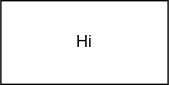
Above: ATTC-concepts.drawio.svg in beamuu/senior-project-concepts (draw.io), before the change. Source tidied: cells renumbered, new cells last; positions are measured from the earlier drawing's top-left corner, leaving out a move shared by most shapes. The source it was exported from:
```xml
<mxGraphModel>
  <root>
    <mxCell id="0" />
    <mxCell id="1" parent="0" />
    <mxCell id="2" value="Hi" style="rounded=0;whiteSpace=wrap;html=1;" parent="1" vertex="1">
      <mxGeometry width="120" height="60" as="geometry" />
    </mxCell>
  </root>
</mxGraphModel>
```
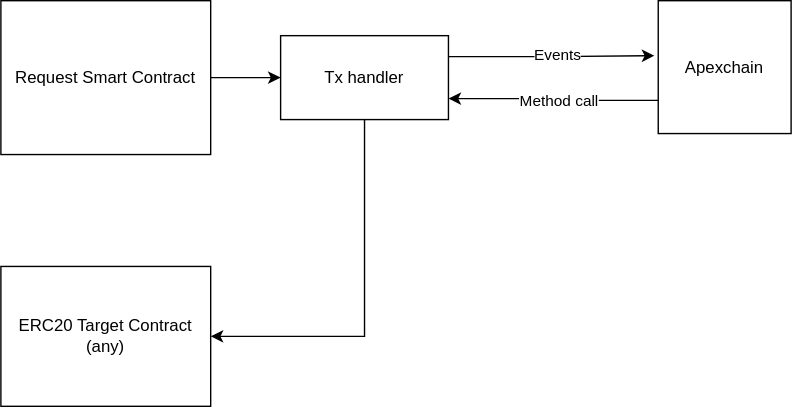
The same diagram one commit later.

What changed in the source:
```diff
@@ -2,8 +2,35 @@
   <root>
     <mxCell id="0" />
     <mxCell id="1" parent="0" />
+    <mxCell id="3" style="edgeStyle=orthogonalEdgeStyle;rounded=0;jettySize=auto;html=1;exitX=1;exitY=0.5;exitDx=0;exitDy=0;entryX=0;entryY=0.5;entryDx=0;entryDy=0;" parent="1" edge="1" source="2" target="7">
+      <mxGeometry relative="1" as="geometry" />
+    </mxCell>
-    <mxCell id="2" value="Hi" style="rounded=0;whiteSpace=wrap;html=1;" parent="1" vertex="1">
-      <mxGeometry width="120" height="60" as="geometry" />
+    <mxCell id="2" value="Request Smart Contract" style="rounded=0;whiteSpace=wrap;html=1;" parent="1" vertex="1">
+      <mxGeometry width="150" height="110" as="geometry" />
     </mxCell>
+    <mxCell id="4" style="edgeStyle=orthogonalEdgeStyle;rounded=0;jettySize=auto;html=1;exitX=0.5;exitY=1;exitDx=0;exitDy=0;entryX=1;entryY=0.5;entryDx=0;entryDy=0;" parent="1" edge="1" source="7" target="8">
+      <mxGeometry relative="1" as="geometry" />
+    </mxCell>
+    <mxCell id="5" style="edgeStyle=orthogonalEdgeStyle;rounded=0;jettySize=auto;html=1;exitX=1;exitY=0.25;exitDx=0;exitDy=0;entryX=-0.029;entryY=0.414;entryDx=0;entryDy=0;entryPerimeter=0;" parent="1" edge="1" source="7" target="11">
+      <mxGeometry relative="1" as="geometry" />
+    </mxCell>
+    <mxCell id="6" value="Events" style="edgeLabel;html=1;align=center;verticalAlign=middle;" parent="5" vertex="1">
+      <mxGeometry x="0.06" y="1" relative="1" as="geometry" />
+    </mxCell>
+    <mxCell id="7" value="Tx handler" style="rounded=0;whiteSpace=wrap;html=1;" parent="1" vertex="1">
+      <mxGeometry x="200" y="25" width="120" height="60" as="geometry" />
+    </mxCell>
+    <mxCell id="8" value="ERC20 Target Contract&lt;br&gt;(any)" style="rounded=0;whiteSpace=wrap;html=1;" parent="1" vertex="1">
+      <mxGeometry y="190" width="150" height="100" as="geometry" />
+    </mxCell>
+    <mxCell id="9" style="edgeStyle=orthogonalEdgeStyle;rounded=0;jettySize=auto;html=1;exitX=0;exitY=0.75;exitDx=0;exitDy=0;entryX=1;entryY=0.75;entryDx=0;entryDy=0;" parent="1" edge="1" source="11" target="7">
+      <mxGeometry relative="1" as="geometry" />
+    </mxCell>
+    <mxCell id="10" value="Method call" style="edgeLabel;html=1;align=center;verticalAlign=middle;" parent="9" vertex="1">
+      <mxGeometry x="-0.05" relative="1" as="geometry" />
+    </mxCell>
+    <mxCell id="11" value="Apexchain" style="whiteSpace=wrap;html=1;" parent="1" vertex="1">
+      <mxGeometry x="470" width="95" height="95" as="geometry" />
+    </mxCell>
   </root>
 </mxGraphModel>
```
